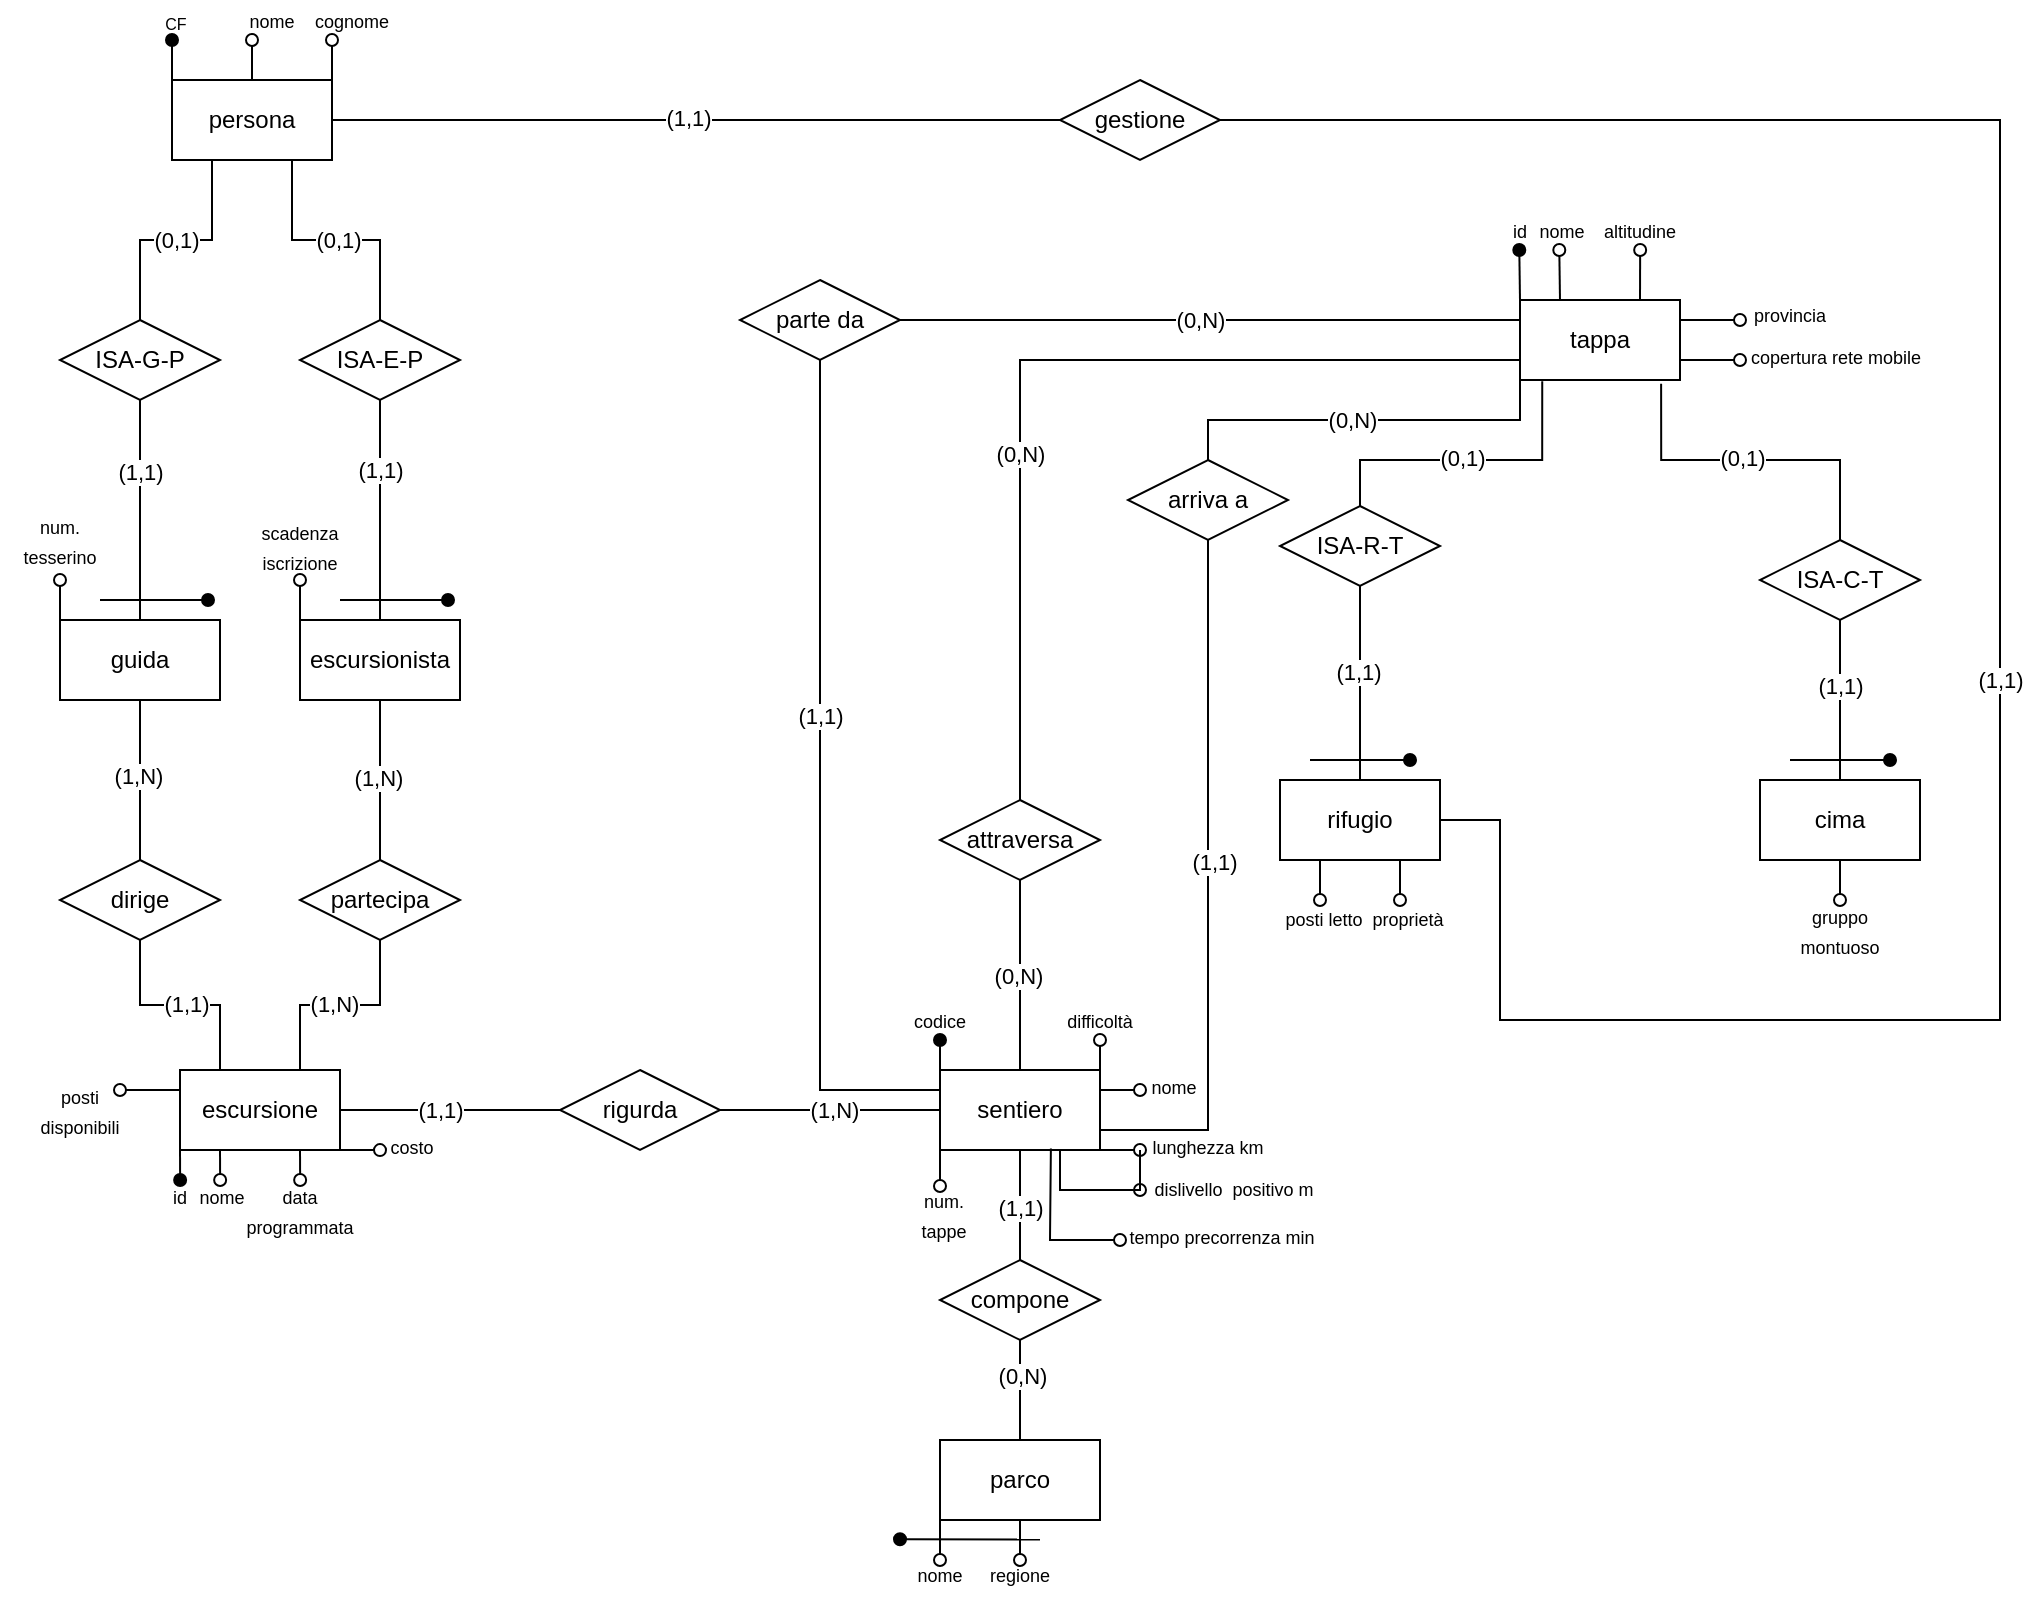
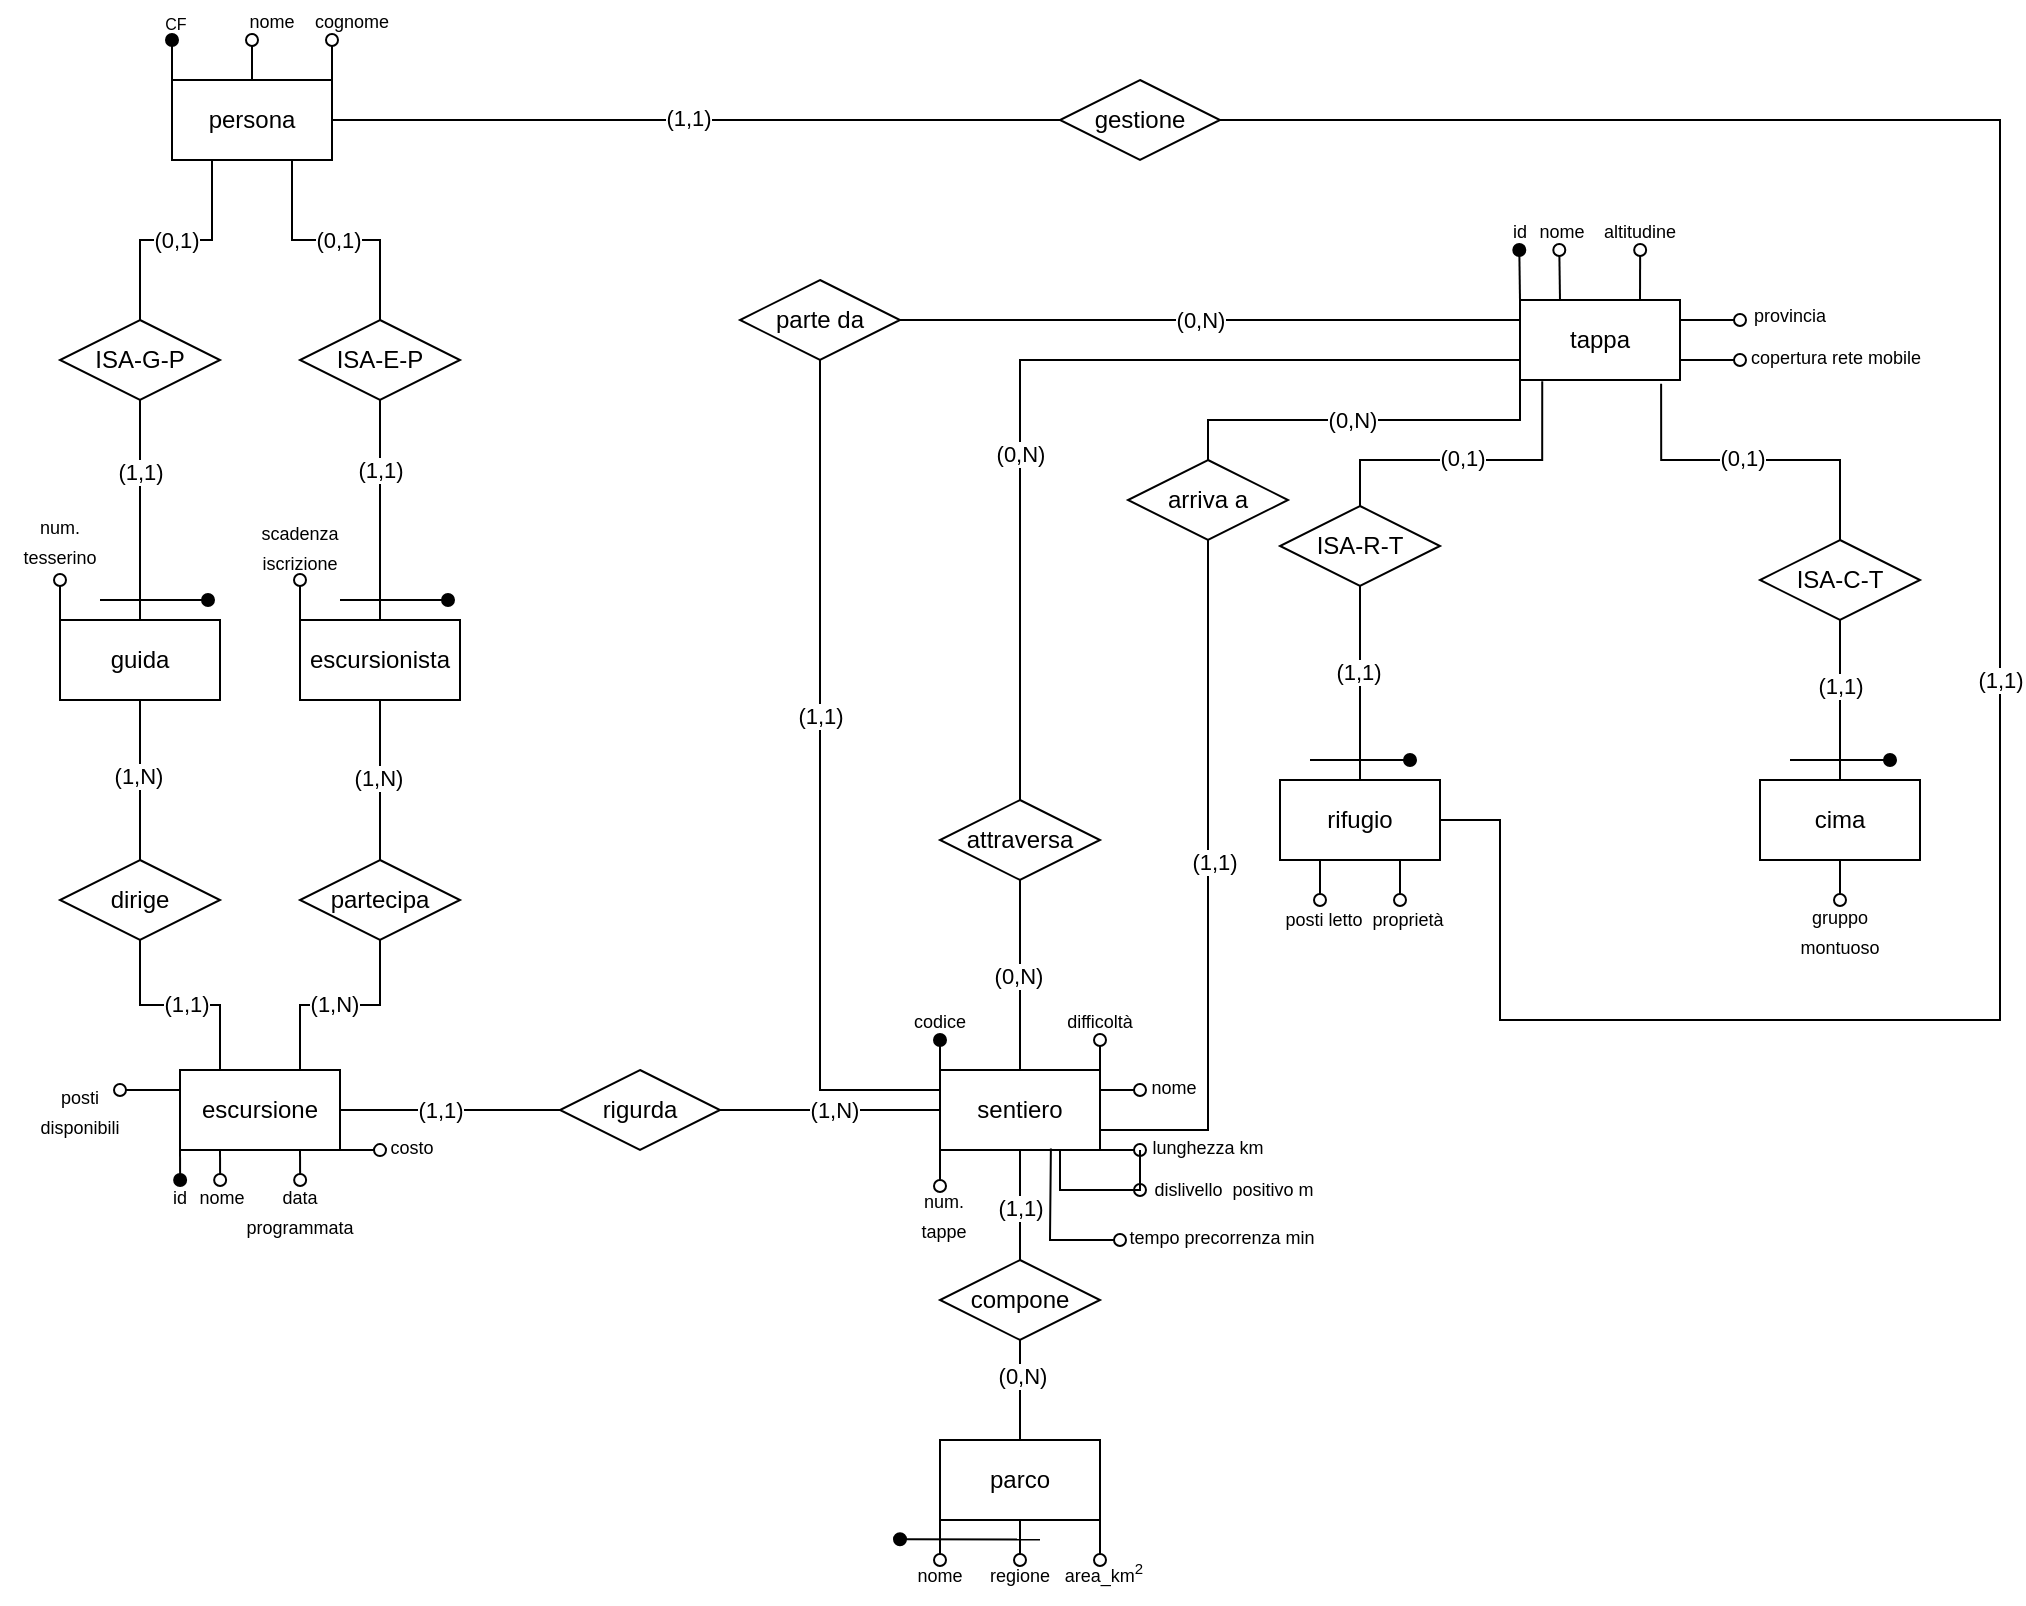
<mxfile host="app.diagrams.net">
  <diagram name="Pagina-1" id="CSESWwrJUxSe0sGHMO1a">
-     <mxGraphModel dx="305" dy="414" grid="1" gridSize="10" guides="1" tooltips="1" connect="1" arrows="1" fold="1" page="1" pageScale="1" pageWidth="827" pageHeight="1169" math="0" shadow="0">
+     <mxGraphModel dx="2338" dy="1244" grid="1" gridSize="10" guides="1" tooltips="1" connect="1" arrows="1" fold="1" page="1" pageScale="1" pageWidth="827" pageHeight="1169" math="0" shadow="0">
      <root>
        <mxCell id="0" />
        <mxCell id="1" parent="0" />
        <mxCell id="YPSTUEnGd_TaNEYFvyAr-14" edge="1" parent="1" source="b_x4sNb3qKZ5kGKKdVE0-4" style="edgeStyle=orthogonalEdgeStyle;rounded=0;orthogonalLoop=1;jettySize=auto;html=1;exitX=0;exitY=0;exitDx=0;exitDy=0;endArrow=oval;endFill=1;">
          <mxGeometry relative="1" as="geometry">
            <mxPoint x="126" y="70" as="targetPoint" />
          </mxGeometry>
        </mxCell>
        <mxCell id="YPSTUEnGd_TaNEYFvyAr-17" edge="1" parent="1" source="b_x4sNb3qKZ5kGKKdVE0-4" style="edgeStyle=orthogonalEdgeStyle;rounded=0;orthogonalLoop=1;jettySize=auto;html=1;exitX=1;exitY=0;exitDx=0;exitDy=0;endArrow=oval;endFill=0;">
          <mxGeometry relative="1" as="geometry">
            <mxPoint x="206" y="70" as="targetPoint" />
          </mxGeometry>
        </mxCell>
        <mxCell id="YPSTUEnGd_TaNEYFvyAr-18" edge="1" parent="1" source="b_x4sNb3qKZ5kGKKdVE0-4" style="edgeStyle=orthogonalEdgeStyle;rounded=0;orthogonalLoop=1;jettySize=auto;html=1;exitX=0.5;exitY=0;exitDx=0;exitDy=0;endArrow=oval;endFill=0;">
          <mxGeometry relative="1" as="geometry">
            <mxPoint x="166" y="70" as="targetPoint" />
          </mxGeometry>
        </mxCell>
        <mxCell id="b_x4sNb3qKZ5kGKKdVE0-4" parent="1" style="rounded=0;whiteSpace=wrap;html=1;" value="persona" vertex="1">
          <mxGeometry height="40" width="80" x="126" y="90" as="geometry" />
        </mxCell>
        <mxCell id="b_x4sNb3qKZ5kGKKdVE0-25" edge="1" parent="1" source="b_x4sNb3qKZ5kGKKdVE0-9" style="edgeStyle=orthogonalEdgeStyle;rounded=0;orthogonalLoop=1;jettySize=auto;html=1;exitX=0.5;exitY=1;exitDx=0;exitDy=0;entryX=0.5;entryY=0;entryDx=0;entryDy=0;endArrow=none;endFill=0;" target="b_x4sNb3qKZ5kGKKdVE0-22">
          <mxGeometry relative="1" as="geometry" />
        </mxCell>
        <mxCell id="b_x4sNb3qKZ5kGKKdVE0-33" connectable="0" parent="b_x4sNb3qKZ5kGKKdVE0-25" style="edgeLabel;html=1;align=center;verticalAlign=middle;resizable=0;points=[];" value="(1,N)" vertex="1">
          <mxGeometry relative="1" x="-0.055" y="-1" as="geometry">
            <mxPoint as="offset" />
          </mxGeometry>
        </mxCell>
        <mxCell id="YPSTUEnGd_TaNEYFvyAr-23" edge="1" parent="1" source="b_x4sNb3qKZ5kGKKdVE0-9" style="edgeStyle=orthogonalEdgeStyle;rounded=0;orthogonalLoop=1;jettySize=auto;html=1;exitX=0;exitY=0;exitDx=0;exitDy=0;endArrow=oval;endFill=0;">
          <mxGeometry relative="1" as="geometry">
            <mxPoint x="70" y="340" as="targetPoint" />
          </mxGeometry>
        </mxCell>
        <mxCell id="b_x4sNb3qKZ5kGKKdVE0-9" parent="1" style="rounded=0;whiteSpace=wrap;html=1;" value="guida" vertex="1">
          <mxGeometry height="40" width="80" x="70" y="360" as="geometry" />
        </mxCell>
        <mxCell id="b_x4sNb3qKZ5kGKKdVE0-24" edge="1" parent="1" source="b_x4sNb3qKZ5kGKKdVE0-10" style="edgeStyle=orthogonalEdgeStyle;rounded=0;orthogonalLoop=1;jettySize=auto;html=1;exitX=0.5;exitY=1;exitDx=0;exitDy=0;entryX=0.5;entryY=0;entryDx=0;entryDy=0;endArrow=none;endFill=0;" target="b_x4sNb3qKZ5kGKKdVE0-23">
          <mxGeometry relative="1" as="geometry" />
        </mxCell>
        <mxCell id="b_x4sNb3qKZ5kGKKdVE0-34" connectable="0" parent="b_x4sNb3qKZ5kGKKdVE0-24" style="edgeLabel;html=1;align=center;verticalAlign=middle;resizable=0;points=[];" value="(1,N)" vertex="1">
          <mxGeometry relative="1" x="0.02" y="-1" as="geometry">
            <mxPoint y="-2" as="offset" />
          </mxGeometry>
        </mxCell>
        <mxCell id="TmGIuRS5Ewl7evkuvUc3-1" edge="1" parent="1" source="b_x4sNb3qKZ5kGKKdVE0-10" style="edgeStyle=orthogonalEdgeStyle;rounded=0;orthogonalLoop=1;jettySize=auto;html=1;exitX=0;exitY=0;exitDx=0;exitDy=0;endArrow=oval;endFill=0;">
          <mxGeometry relative="1" as="geometry">
            <mxPoint x="190" y="340" as="targetPoint" />
          </mxGeometry>
        </mxCell>
        <mxCell id="b_x4sNb3qKZ5kGKKdVE0-10" parent="1" style="rounded=0;whiteSpace=wrap;html=1;" value="escursionista" vertex="1">
          <mxGeometry height="40" width="80" x="190" y="360" as="geometry" />
        </mxCell>
        <mxCell id="b_x4sNb3qKZ5kGKKdVE0-11" edge="1" parent="1" source="b_x4sNb3qKZ5kGKKdVE0-10" style="endArrow=none;html=1;rounded=0;exitX=0.5;exitY=0;exitDx=0;exitDy=0;entryX=0.5;entryY=1;entryDx=0;entryDy=0;" target="y3t_Pn4YeOU9g6BC5Q36-2" value="">
          <mxGeometry height="50" relative="1" width="50" as="geometry">
            <mxPoint x="440" y="590" as="sourcePoint" />
            <mxPoint x="230" y="290" as="targetPoint" />
          </mxGeometry>
        </mxCell>
        <mxCell id="y3t_Pn4YeOU9g6BC5Q36-7" connectable="0" parent="b_x4sNb3qKZ5kGKKdVE0-11" style="edgeLabel;html=1;align=center;verticalAlign=middle;resizable=0;points=[];" value="(1,1)" vertex="1">
          <mxGeometry relative="1" x="0.3107" as="geometry">
            <mxPoint y="-3" as="offset" />
          </mxGeometry>
        </mxCell>
        <mxCell id="b_x4sNb3qKZ5kGKKdVE0-12" edge="1" parent="1" source="b_x4sNb3qKZ5kGKKdVE0-9" style="endArrow=none;html=1;rounded=0;exitX=0.5;exitY=0;exitDx=0;exitDy=0;entryX=0.5;entryY=1;entryDx=0;entryDy=0;" target="y3t_Pn4YeOU9g6BC5Q36-1" value="">
          <mxGeometry height="50" relative="1" width="50" as="geometry">
            <mxPoint x="440" y="590" as="sourcePoint" />
            <mxPoint x="110" y="270" as="targetPoint" />
          </mxGeometry>
        </mxCell>
        <mxCell id="y3t_Pn4YeOU9g6BC5Q36-8" connectable="0" parent="b_x4sNb3qKZ5kGKKdVE0-12" style="edgeLabel;html=1;align=center;verticalAlign=middle;resizable=0;points=[];" value="(1,1)" vertex="1">
          <mxGeometry relative="1" x="0.3581" as="geometry">
            <mxPoint as="offset" />
          </mxGeometry>
        </mxCell>
        <mxCell id="b_x4sNb3qKZ5kGKKdVE0-30" edge="1" parent="1" source="b_x4sNb3qKZ5kGKKdVE0-22" style="edgeStyle=orthogonalEdgeStyle;rounded=0;orthogonalLoop=1;jettySize=auto;html=1;exitX=0.5;exitY=1;exitDx=0;exitDy=0;entryX=0.25;entryY=0;entryDx=0;entryDy=0;endArrow=none;endFill=0;" target="b_x4sNb3qKZ5kGKKdVE0-27">
          <mxGeometry relative="1" as="geometry" />
        </mxCell>
        <mxCell id="b_x4sNb3qKZ5kGKKdVE0-32" connectable="0" parent="b_x4sNb3qKZ5kGKKdVE0-30" style="edgeLabel;html=1;align=center;verticalAlign=middle;resizable=0;points=[];" value="(1,1)" vertex="1">
          <mxGeometry relative="1" x="0.0467" y="1" as="geometry">
            <mxPoint as="offset" />
          </mxGeometry>
        </mxCell>
        <mxCell id="b_x4sNb3qKZ5kGKKdVE0-22" parent="1" style="rhombus;whiteSpace=wrap;html=1;" value="dirige" vertex="1">
          <mxGeometry height="40" width="80" x="70" y="480" as="geometry" />
        </mxCell>
        <mxCell id="b_x4sNb3qKZ5kGKKdVE0-29" edge="1" parent="1" source="b_x4sNb3qKZ5kGKKdVE0-23" style="edgeStyle=orthogonalEdgeStyle;rounded=0;orthogonalLoop=1;jettySize=auto;html=1;exitX=0.5;exitY=1;exitDx=0;exitDy=0;entryX=0.75;entryY=0;entryDx=0;entryDy=0;endArrow=none;endFill=0;" target="b_x4sNb3qKZ5kGKKdVE0-27">
          <mxGeometry relative="1" as="geometry">
            <mxPoint x="340" y="560" as="targetPoint" />
          </mxGeometry>
        </mxCell>
        <mxCell id="b_x4sNb3qKZ5kGKKdVE0-31" connectable="0" parent="b_x4sNb3qKZ5kGKKdVE0-29" style="edgeLabel;html=1;align=center;verticalAlign=middle;resizable=0;points=[];" value="(1,N)" vertex="1">
          <mxGeometry relative="1" x="-0.0467" y="-1" as="geometry">
            <mxPoint x="-6" as="offset" />
          </mxGeometry>
        </mxCell>
        <mxCell id="b_x4sNb3qKZ5kGKKdVE0-23" parent="1" style="rhombus;whiteSpace=wrap;html=1;" value="partecipa" vertex="1">
          <mxGeometry height="40" width="80" x="190" y="480" as="geometry" />
        </mxCell>
        <mxCell id="b_x4sNb3qKZ5kGKKdVE0-37" edge="1" parent="1" source="b_x4sNb3qKZ5kGKKdVE0-27" style="edgeStyle=orthogonalEdgeStyle;rounded=0;orthogonalLoop=1;jettySize=auto;html=1;exitX=1;exitY=0.5;exitDx=0;exitDy=0;entryX=0;entryY=0.5;entryDx=0;entryDy=0;endArrow=none;endFill=0;" target="b_x4sNb3qKZ5kGKKdVE0-36">
          <mxGeometry relative="1" as="geometry" />
        </mxCell>
        <mxCell id="b_x4sNb3qKZ5kGKKdVE0-38" connectable="0" parent="b_x4sNb3qKZ5kGKKdVE0-37" style="edgeLabel;html=1;align=center;verticalAlign=middle;resizable=0;points=[];" value="(1,1)" vertex="1">
          <mxGeometry relative="1" x="-0.0986" as="geometry">
            <mxPoint as="offset" />
          </mxGeometry>
        </mxCell>
        <mxCell id="YPSTUEnGd_TaNEYFvyAr-58" edge="1" parent="1" source="b_x4sNb3qKZ5kGKKdVE0-27" style="edgeStyle=orthogonalEdgeStyle;rounded=0;orthogonalLoop=1;jettySize=auto;html=1;exitX=0;exitY=1;exitDx=0;exitDy=0;endArrow=oval;endFill=1;">
          <mxGeometry relative="1" as="geometry">
            <mxPoint x="130.07228915662648" y="640" as="targetPoint" />
          </mxGeometry>
        </mxCell>
        <mxCell id="YPSTUEnGd_TaNEYFvyAr-60" edge="1" parent="1" source="b_x4sNb3qKZ5kGKKdVE0-27" style="edgeStyle=orthogonalEdgeStyle;rounded=0;orthogonalLoop=1;jettySize=auto;html=1;exitX=0.25;exitY=1;exitDx=0;exitDy=0;endArrow=oval;endFill=0;">
          <mxGeometry relative="1" as="geometry">
            <mxPoint x="150.07228915662648" y="640" as="targetPoint" />
          </mxGeometry>
        </mxCell>
        <mxCell id="YPSTUEnGd_TaNEYFvyAr-62" edge="1" parent="1" source="b_x4sNb3qKZ5kGKKdVE0-27" style="edgeStyle=orthogonalEdgeStyle;rounded=0;orthogonalLoop=1;jettySize=auto;html=1;exitX=0.75;exitY=1;exitDx=0;exitDy=0;endArrow=oval;endFill=0;">
          <mxGeometry relative="1" as="geometry">
            <mxPoint x="190.07228915662648" y="640" as="targetPoint" />
          </mxGeometry>
        </mxCell>
        <mxCell id="YPSTUEnGd_TaNEYFvyAr-64" edge="1" parent="1" source="b_x4sNb3qKZ5kGKKdVE0-27" style="edgeStyle=orthogonalEdgeStyle;rounded=0;orthogonalLoop=1;jettySize=auto;html=1;exitX=1;exitY=1;exitDx=0;exitDy=0;endArrow=oval;endFill=0;">
          <mxGeometry relative="1" as="geometry">
            <mxPoint x="230" y="625.0481927710842" as="targetPoint" />
          </mxGeometry>
        </mxCell>
        <mxCell id="W-jylE7jIWLAd8RtEP09-9" edge="1" parent="1" source="b_x4sNb3qKZ5kGKKdVE0-27" style="edgeStyle=orthogonalEdgeStyle;rounded=0;orthogonalLoop=1;jettySize=auto;html=1;exitX=0;exitY=0.25;exitDx=0;exitDy=0;endArrow=oval;endFill=0;">
          <mxGeometry relative="1" as="geometry">
            <mxPoint x="100" y="594.7241379310344" as="targetPoint" />
          </mxGeometry>
        </mxCell>
        <mxCell id="b_x4sNb3qKZ5kGKKdVE0-27" parent="1" style="rounded=0;whiteSpace=wrap;html=1;" value="escursione" vertex="1">
          <mxGeometry height="40" width="80" x="130" y="585" as="geometry" />
        </mxCell>
        <mxCell id="b_x4sNb3qKZ5kGKKdVE0-45" edge="1" parent="1" source="b_x4sNb3qKZ5kGKKdVE0-35" style="edgeStyle=orthogonalEdgeStyle;rounded=0;orthogonalLoop=1;jettySize=auto;html=1;endArrow=none;endFill=0;" target="b_x4sNb3qKZ5kGKKdVE0-43" value="">
          <mxGeometry relative="1" as="geometry" />
        </mxCell>
        <mxCell id="b_x4sNb3qKZ5kGKKdVE0-47" connectable="0" parent="b_x4sNb3qKZ5kGKKdVE0-45" style="edgeLabel;html=1;align=center;verticalAlign=middle;resizable=0;points=[];" value="(0,N)" vertex="1">
          <mxGeometry relative="1" x="0.005" y="1" as="geometry">
            <mxPoint as="offset" />
          </mxGeometry>
        </mxCell>
        <mxCell id="YPSTUEnGd_TaNEYFvyAr-37" edge="1" parent="1" source="b_x4sNb3qKZ5kGKKdVE0-35" style="edgeStyle=orthogonalEdgeStyle;rounded=0;orthogonalLoop=1;jettySize=auto;html=1;exitX=0;exitY=0;exitDx=0;exitDy=0;endArrow=oval;endFill=1;">
          <mxGeometry relative="1" as="geometry">
            <mxPoint x="510" y="570" as="targetPoint" />
          </mxGeometry>
        </mxCell>
        <mxCell id="YPSTUEnGd_TaNEYFvyAr-39" edge="1" parent="1" source="b_x4sNb3qKZ5kGKKdVE0-35" style="edgeStyle=orthogonalEdgeStyle;rounded=0;orthogonalLoop=1;jettySize=auto;html=1;exitX=1;exitY=0;exitDx=0;exitDy=0;endArrow=oval;endFill=0;">
          <mxGeometry relative="1" as="geometry">
            <mxPoint x="590" y="570" as="targetPoint" />
          </mxGeometry>
        </mxCell>
        <mxCell id="YPSTUEnGd_TaNEYFvyAr-41" edge="1" parent="1" source="b_x4sNb3qKZ5kGKKdVE0-35" style="edgeStyle=orthogonalEdgeStyle;rounded=0;orthogonalLoop=1;jettySize=auto;html=1;exitX=1;exitY=0.25;exitDx=0;exitDy=0;endArrow=oval;endFill=0;">
          <mxGeometry relative="1" as="geometry">
            <mxPoint x="610" y="595" as="targetPoint" />
          </mxGeometry>
        </mxCell>
        <mxCell id="YPSTUEnGd_TaNEYFvyAr-43" edge="1" parent="1" source="b_x4sNb3qKZ5kGKKdVE0-35" style="edgeStyle=orthogonalEdgeStyle;rounded=0;orthogonalLoop=1;jettySize=auto;html=1;exitX=1;exitY=1;exitDx=0;exitDy=0;endArrow=oval;endFill=0;">
          <mxGeometry relative="1" as="geometry">
            <mxPoint x="610" y="625" as="targetPoint" />
          </mxGeometry>
        </mxCell>
        <mxCell id="YPSTUEnGd_TaNEYFvyAr-46" edge="1" parent="1" source="b_x4sNb3qKZ5kGKKdVE0-35" style="edgeStyle=orthogonalEdgeStyle;rounded=0;orthogonalLoop=1;jettySize=auto;html=1;exitX=0.75;exitY=1;exitDx=0;exitDy=0;endArrow=oval;endFill=0;">
          <mxGeometry relative="1" as="geometry">
            <mxPoint x="610" y="645" as="targetPoint" />
          </mxGeometry>
        </mxCell>
        <mxCell id="YPSTUEnGd_TaNEYFvyAr-71" edge="1" parent="1" style="edgeStyle=orthogonalEdgeStyle;rounded=0;orthogonalLoop=1;jettySize=auto;html=1;exitX=0;exitY=1;exitDx=0;exitDy=0;endArrow=oval;endFill=0;">
          <mxGeometry relative="1" as="geometry">
            <mxPoint x="510" y="618" as="sourcePoint" />
            <mxPoint x="510" y="643" as="targetPoint" />
          </mxGeometry>
        </mxCell>
        <mxCell id="YPSTUEnGd_TaNEYFvyAr-73" edge="1" parent="1" source="b_x4sNb3qKZ5kGKKdVE0-35" style="edgeStyle=orthogonalEdgeStyle;rounded=0;orthogonalLoop=1;jettySize=auto;html=1;exitX=0;exitY=0.25;exitDx=0;exitDy=0;endArrow=none;endFill=0;entryX=0.5;entryY=1;entryDx=0;entryDy=0;" target="YPSTUEnGd_TaNEYFvyAr-74">
          <mxGeometry relative="1" as="geometry">
            <mxPoint x="440" y="330" as="targetPoint" />
          </mxGeometry>
        </mxCell>
        <mxCell id="YPSTUEnGd_TaNEYFvyAr-76" connectable="0" parent="YPSTUEnGd_TaNEYFvyAr-73" style="edgeLabel;html=1;align=center;verticalAlign=middle;resizable=0;points=[];" value="(1,1)" vertex="1">
          <mxGeometry relative="1" x="0.1627" as="geometry">
            <mxPoint as="offset" />
          </mxGeometry>
        </mxCell>
        <mxCell id="YPSTUEnGd_TaNEYFvyAr-78" edge="1" parent="1" source="b_x4sNb3qKZ5kGKKdVE0-35" style="edgeStyle=orthogonalEdgeStyle;rounded=0;orthogonalLoop=1;jettySize=auto;html=1;exitX=1;exitY=0.75;exitDx=0;exitDy=0;entryX=0.5;entryY=1;entryDx=0;entryDy=0;endArrow=none;endFill=0;" target="YPSTUEnGd_TaNEYFvyAr-79">
          <mxGeometry relative="1" as="geometry">
            <mxPoint x="1100" y="615" as="targetPoint" />
          </mxGeometry>
        </mxCell>
        <mxCell id="YPSTUEnGd_TaNEYFvyAr-80" connectable="0" parent="YPSTUEnGd_TaNEYFvyAr-78" style="edgeLabel;html=1;align=center;verticalAlign=middle;resizable=0;points=[];" value="(1,1)" vertex="1">
          <mxGeometry relative="1" x="0.0624" y="-3" as="geometry">
            <mxPoint y="-3" as="offset" />
          </mxGeometry>
        </mxCell>
        <mxCell id="b_x4sNb3qKZ5kGKKdVE0-35" parent="1" style="rounded=0;whiteSpace=wrap;html=1;" value="sentiero" vertex="1">
          <mxGeometry height="40" width="80" x="510" y="585" as="geometry" />
        </mxCell>
        <mxCell id="b_x4sNb3qKZ5kGKKdVE0-39" edge="1" parent="1" source="b_x4sNb3qKZ5kGKKdVE0-36" style="edgeStyle=orthogonalEdgeStyle;rounded=0;orthogonalLoop=1;jettySize=auto;html=1;exitX=1;exitY=0.5;exitDx=0;exitDy=0;entryX=0;entryY=0.5;entryDx=0;entryDy=0;endArrow=none;endFill=0;" target="b_x4sNb3qKZ5kGKKdVE0-35">
          <mxGeometry relative="1" as="geometry" />
        </mxCell>
        <mxCell id="b_x4sNb3qKZ5kGKKdVE0-42" connectable="0" parent="b_x4sNb3qKZ5kGKKdVE0-39" style="edgeLabel;html=1;align=center;verticalAlign=middle;resizable=0;points=[];" value="(1,N)" vertex="1">
          <mxGeometry relative="1" x="0.0405" as="geometry">
            <mxPoint as="offset" />
          </mxGeometry>
        </mxCell>
        <mxCell id="b_x4sNb3qKZ5kGKKdVE0-36" parent="1" style="rhombus;whiteSpace=wrap;html=1;" value="rigurda" vertex="1">
          <mxGeometry height="40" width="80" x="320" y="585" as="geometry" />
        </mxCell>
        <mxCell id="b_x4sNb3qKZ5kGKKdVE0-46" edge="1" parent="1" source="b_x4sNb3qKZ5kGKKdVE0-43" style="edgeStyle=orthogonalEdgeStyle;rounded=0;orthogonalLoop=1;jettySize=auto;html=1;exitX=0.5;exitY=0;exitDx=0;exitDy=0;entryX=0;entryY=0.75;entryDx=0;entryDy=0;endArrow=none;endFill=0;" target="b_x4sNb3qKZ5kGKKdVE0-44">
          <mxGeometry relative="1" as="geometry" />
        </mxCell>
        <mxCell id="b_x4sNb3qKZ5kGKKdVE0-48" connectable="0" parent="b_x4sNb3qKZ5kGKKdVE0-46" style="edgeLabel;html=1;align=center;verticalAlign=middle;resizable=0;points=[];" value="(0,N)" vertex="1">
          <mxGeometry relative="1" x="-0.2644" as="geometry">
            <mxPoint as="offset" />
          </mxGeometry>
        </mxCell>
        <mxCell id="b_x4sNb3qKZ5kGKKdVE0-43" parent="1" style="rhombus;whiteSpace=wrap;html=1;" value="attraversa" vertex="1">
          <mxGeometry height="40" width="80" x="510" y="450" as="geometry" />
        </mxCell>
        <mxCell id="YPSTUEnGd_TaNEYFvyAr-48" edge="1" parent="1" source="b_x4sNb3qKZ5kGKKdVE0-44" style="edgeStyle=orthogonalEdgeStyle;rounded=0;orthogonalLoop=1;jettySize=auto;html=1;exitX=0;exitY=0;exitDx=0;exitDy=0;endArrow=oval;endFill=1;">
          <mxGeometry relative="1" as="geometry">
            <mxPoint x="799.6521739130435" y="175" as="targetPoint" />
          </mxGeometry>
        </mxCell>
        <mxCell id="YPSTUEnGd_TaNEYFvyAr-49" edge="1" parent="1" source="b_x4sNb3qKZ5kGKKdVE0-44" style="edgeStyle=orthogonalEdgeStyle;rounded=0;orthogonalLoop=1;jettySize=auto;html=1;exitX=0.25;exitY=0;exitDx=0;exitDy=0;endArrow=oval;endFill=0;">
          <mxGeometry relative="1" as="geometry">
            <mxPoint x="819.6521739130435" y="175" as="targetPoint" />
          </mxGeometry>
        </mxCell>
        <mxCell id="YPSTUEnGd_TaNEYFvyAr-52" edge="1" parent="1" source="b_x4sNb3qKZ5kGKKdVE0-44" style="edgeStyle=orthogonalEdgeStyle;rounded=0;orthogonalLoop=1;jettySize=auto;html=1;exitX=0.75;exitY=0;exitDx=0;exitDy=0;endArrow=oval;endFill=0;">
          <mxGeometry relative="1" as="geometry">
            <mxPoint x="860.0808080808081" y="175" as="targetPoint" />
          </mxGeometry>
        </mxCell>
        <mxCell id="YPSTUEnGd_TaNEYFvyAr-81" edge="1" parent="1" source="b_x4sNb3qKZ5kGKKdVE0-44" style="edgeStyle=orthogonalEdgeStyle;rounded=0;orthogonalLoop=1;jettySize=auto;html=1;exitX=0;exitY=1;exitDx=0;exitDy=0;endArrow=none;endFill=0;" target="YPSTUEnGd_TaNEYFvyAr-79">
          <mxGeometry relative="1" as="geometry" />
        </mxCell>
        <mxCell id="YPSTUEnGd_TaNEYFvyAr-82" connectable="0" parent="YPSTUEnGd_TaNEYFvyAr-81" style="edgeLabel;html=1;align=center;verticalAlign=middle;resizable=0;points=[];" value="(0,N)" vertex="1">
          <mxGeometry relative="1" x="0.0662" as="geometry">
            <mxPoint as="offset" />
          </mxGeometry>
        </mxCell>
        <mxCell id="W-jylE7jIWLAd8RtEP09-13" edge="1" parent="1" source="b_x4sNb3qKZ5kGKKdVE0-44" style="edgeStyle=orthogonalEdgeStyle;rounded=0;orthogonalLoop=1;jettySize=auto;html=1;exitX=1;exitY=0.25;exitDx=0;exitDy=0;endArrow=oval;endFill=0;">
          <mxGeometry relative="1" as="geometry">
            <mxPoint x="910" y="210" as="targetPoint" />
          </mxGeometry>
        </mxCell>
        <mxCell id="W-jylE7jIWLAd8RtEP09-14" edge="1" parent="1" source="b_x4sNb3qKZ5kGKKdVE0-44" style="edgeStyle=orthogonalEdgeStyle;rounded=0;orthogonalLoop=1;jettySize=auto;html=1;exitX=1;exitY=0.75;exitDx=0;exitDy=0;endArrow=oval;endFill=0;">
          <mxGeometry relative="1" as="geometry">
            <mxPoint x="910" y="230" as="targetPoint" />
          </mxGeometry>
        </mxCell>
        <mxCell id="b_x4sNb3qKZ5kGKKdVE0-44" parent="1" style="rounded=0;whiteSpace=wrap;html=1;" value="tappa" vertex="1">
          <mxGeometry height="40" width="80" x="800" y="200" as="geometry" />
        </mxCell>
        <mxCell id="b_x4sNb3qKZ5kGKKdVE0-52" edge="1" parent="1" source="b_x4sNb3qKZ5kGKKdVE0-63" style="endArrow=none;html=1;rounded=0;exitX=0.5;exitY=0;exitDx=0;exitDy=0;entryX=0.5;entryY=1;entryDx=0;entryDy=0;" target="y3t_Pn4YeOU9g6BC5Q36-13" value="">
          <mxGeometry height="50" relative="1" width="50" as="geometry">
            <mxPoint x="840" y="440" as="sourcePoint" />
            <mxPoint x="840" y="400" as="targetPoint" />
          </mxGeometry>
        </mxCell>
        <mxCell id="y3t_Pn4YeOU9g6BC5Q36-27" connectable="0" parent="b_x4sNb3qKZ5kGKKdVE0-52" style="edgeLabel;html=1;align=center;verticalAlign=middle;resizable=0;points=[];" value="(1,1)" vertex="1">
          <mxGeometry relative="1" x="0.0191" as="geometry">
            <mxPoint x="-1" y="-5" as="offset" />
          </mxGeometry>
        </mxCell>
        <mxCell id="b_x4sNb3qKZ5kGKKdVE0-54" edge="1" parent="1" source="b_x4sNb3qKZ5kGKKdVE0-62" style="endArrow=none;html=1;rounded=0;exitX=0.5;exitY=0;exitDx=0;exitDy=0;entryX=0.5;entryY=1;entryDx=0;entryDy=0;" target="y3t_Pn4YeOU9g6BC5Q36-14" value="">
          <mxGeometry height="50" relative="1" width="50" as="geometry">
            <mxPoint x="900" y="440" as="sourcePoint" />
            <mxPoint x="960" y="400" as="targetPoint" />
          </mxGeometry>
        </mxCell>
        <mxCell id="y3t_Pn4YeOU9g6BC5Q36-28" connectable="0" parent="b_x4sNb3qKZ5kGKKdVE0-54" style="edgeLabel;html=1;align=center;verticalAlign=middle;resizable=0;points=[];" value="(1,1)" vertex="1">
          <mxGeometry relative="1" x="0.1085" as="geometry">
            <mxPoint y="-3" as="offset" />
          </mxGeometry>
        </mxCell>
        <mxCell id="YPSTUEnGd_TaNEYFvyAr-35" edge="1" parent="1" source="b_x4sNb3qKZ5kGKKdVE0-62" style="edgeStyle=orthogonalEdgeStyle;rounded=0;orthogonalLoop=1;jettySize=auto;html=1;exitX=0.5;exitY=1;exitDx=0;exitDy=0;endArrow=oval;endFill=0;">
          <mxGeometry relative="1" as="geometry">
            <mxPoint x="960" y="500" as="targetPoint" />
          </mxGeometry>
        </mxCell>
        <mxCell id="b_x4sNb3qKZ5kGKKdVE0-62" parent="1" style="rounded=0;whiteSpace=wrap;html=1;" value="cima" vertex="1">
          <mxGeometry height="40" width="80" x="920" y="440" as="geometry" />
        </mxCell>
        <mxCell id="YPSTUEnGd_TaNEYFvyAr-56" edge="1" parent="1" source="b_x4sNb3qKZ5kGKKdVE0-63" style="edgeStyle=orthogonalEdgeStyle;rounded=0;orthogonalLoop=1;jettySize=auto;html=1;endArrow=oval;endFill=0;exitX=0.25;exitY=1;exitDx=0;exitDy=0;">
          <mxGeometry relative="1" as="geometry">
            <Array as="points">
              <mxPoint x="700" y="500" />
            </Array>
            <mxPoint x="714" y="489" as="sourcePoint" />
            <mxPoint x="700" y="500" as="targetPoint" />
          </mxGeometry>
        </mxCell>
        <mxCell id="W-jylE7jIWLAd8RtEP09-2" edge="1" parent="1" source="b_x4sNb3qKZ5kGKKdVE0-63" style="edgeStyle=orthogonalEdgeStyle;rounded=0;orthogonalLoop=1;jettySize=auto;html=1;exitX=1;exitY=0.5;exitDx=0;exitDy=0;entryX=1;entryY=0.5;entryDx=0;entryDy=0;endArrow=none;endFill=0;" target="W-jylE7jIWLAd8RtEP09-3">
          <mxGeometry relative="1" as="geometry">
            <Array as="points">
              <mxPoint x="790" y="460" />
              <mxPoint x="790" y="560" />
              <mxPoint x="1040" y="560" />
              <mxPoint x="1040" y="110" />
            </Array>
            <mxPoint x="910" y="110" as="targetPoint" />
          </mxGeometry>
        </mxCell>
        <mxCell id="W-jylE7jIWLAd8RtEP09-7" connectable="0" parent="W-jylE7jIWLAd8RtEP09-2" style="edgeLabel;html=1;align=center;verticalAlign=middle;resizable=0;points=[];" value="(1,1)" vertex="1">
          <mxGeometry relative="1" x="-0.0974" as="geometry">
            <mxPoint as="offset" />
          </mxGeometry>
        </mxCell>
        <mxCell id="W-jylE7jIWLAd8RtEP09-17" edge="1" parent="1" source="b_x4sNb3qKZ5kGKKdVE0-63" style="edgeStyle=orthogonalEdgeStyle;rounded=0;orthogonalLoop=1;jettySize=auto;html=1;exitX=0.75;exitY=1;exitDx=0;exitDy=0;endArrow=oval;endFill=0;">
          <mxGeometry relative="1" as="geometry">
            <mxPoint x="740" y="500" as="targetPoint" />
          </mxGeometry>
        </mxCell>
        <mxCell id="b_x4sNb3qKZ5kGKKdVE0-63" parent="1" style="rounded=0;whiteSpace=wrap;html=1;" value="rifugio" vertex="1">
          <mxGeometry height="40" width="80" x="680" y="440" as="geometry" />
        </mxCell>
        <mxCell id="YPSTUEnGd_TaNEYFvyAr-29" edge="1" parent="1" source="b_x4sNb3qKZ5kGKKdVE0-64" style="edgeStyle=orthogonalEdgeStyle;rounded=0;orthogonalLoop=1;jettySize=auto;html=1;exitX=0;exitY=1;exitDx=0;exitDy=0;endArrow=oval;endFill=0;">
          <mxGeometry relative="1" as="geometry">
            <mxPoint x="510" y="830" as="targetPoint" />
          </mxGeometry>
        </mxCell>
        <mxCell id="YPSTUEnGd_TaNEYFvyAr-31" edge="1" parent="1" source="b_x4sNb3qKZ5kGKKdVE0-64" style="edgeStyle=orthogonalEdgeStyle;rounded=0;orthogonalLoop=1;jettySize=auto;html=1;exitX=0.5;exitY=1;exitDx=0;exitDy=0;endArrow=oval;endFill=0;">
          <mxGeometry relative="1" as="geometry">
            <mxPoint x="550" y="830" as="targetPoint" />
          </mxGeometry>
        </mxCell>
+         <mxCell id="EHyRH5R8uSn08PQfZAEy-1" edge="1" parent="1" source="b_x4sNb3qKZ5kGKKdVE0-64" style="edgeStyle=orthogonalEdgeStyle;rounded=0;orthogonalLoop=1;jettySize=auto;html=1;exitX=1;exitY=1;exitDx=0;exitDy=0;endArrow=oval;endFill=0;">
+           <mxGeometry relative="1" as="geometry">
+             <mxPoint x="590" y="830" as="targetPoint" />
+           </mxGeometry>
+         </mxCell>
        <mxCell id="b_x4sNb3qKZ5kGKKdVE0-64" parent="1" style="rounded=0;whiteSpace=wrap;html=1;" value="parco" vertex="1">
          <mxGeometry height="40" width="80" x="510" y="770" as="geometry" />
        </mxCell>
        <mxCell id="b_x4sNb3qKZ5kGKKdVE0-67" edge="1" parent="1" source="b_x4sNb3qKZ5kGKKdVE0-66" style="edgeStyle=orthogonalEdgeStyle;rounded=0;orthogonalLoop=1;jettySize=auto;html=1;exitX=0.5;exitY=1;exitDx=0;exitDy=0;entryX=0.5;entryY=0;entryDx=0;entryDy=0;endArrow=none;endFill=0;" target="b_x4sNb3qKZ5kGKKdVE0-64">
          <mxGeometry relative="1" as="geometry" />
        </mxCell>
        <mxCell id="b_x4sNb3qKZ5kGKKdVE0-71" connectable="0" parent="b_x4sNb3qKZ5kGKKdVE0-67" style="edgeLabel;html=1;align=center;verticalAlign=middle;resizable=0;points=[];" value="(0,N)" vertex="1">
          <mxGeometry relative="1" x="-0.2999" y="1" as="geometry">
            <mxPoint as="offset" />
          </mxGeometry>
        </mxCell>
        <mxCell id="b_x4sNb3qKZ5kGKKdVE0-68" edge="1" parent="1" source="b_x4sNb3qKZ5kGKKdVE0-66" style="edgeStyle=orthogonalEdgeStyle;rounded=0;orthogonalLoop=1;jettySize=auto;html=1;exitX=0.5;exitY=0;exitDx=0;exitDy=0;entryX=0.5;entryY=1;entryDx=0;entryDy=0;endArrow=none;endFill=0;" target="b_x4sNb3qKZ5kGKKdVE0-35">
          <mxGeometry relative="1" as="geometry" />
        </mxCell>
        <mxCell id="b_x4sNb3qKZ5kGKKdVE0-69" connectable="0" parent="b_x4sNb3qKZ5kGKKdVE0-68" style="edgeLabel;html=1;align=center;verticalAlign=middle;resizable=0;points=[];" value="(1,1)" vertex="1">
          <mxGeometry relative="1" x="-0.0572" y="2" as="geometry">
            <mxPoint x="2" as="offset" />
          </mxGeometry>
        </mxCell>
        <mxCell id="b_x4sNb3qKZ5kGKKdVE0-66" parent="1" style="rhombus;whiteSpace=wrap;html=1;" value="compone" vertex="1">
          <mxGeometry height="40" width="80" x="510" y="680" as="geometry" />
        </mxCell>
        <mxCell id="YPSTUEnGd_TaNEYFvyAr-15" parent="1" style="text;html=1;whiteSpace=wrap;strokeColor=none;fillColor=none;align=center;verticalAlign=middle;rounded=0;fontSize=8;" value="CF" vertex="1">
          <mxGeometry height="20" width="40" x="108" y="51.5" as="geometry" />
        </mxCell>
        <mxCell id="YPSTUEnGd_TaNEYFvyAr-19" parent="1" style="text;html=1;whiteSpace=wrap;strokeColor=none;fillColor=none;align=center;verticalAlign=middle;rounded=0;" value="&lt;font style=&quot;font-size: 9px;&quot;&gt;nome&lt;/font&gt;" vertex="1">
          <mxGeometry height="20" width="40" x="156" y="50" as="geometry" />
        </mxCell>
        <mxCell id="YPSTUEnGd_TaNEYFvyAr-20" parent="1" style="text;html=1;whiteSpace=wrap;strokeColor=none;fillColor=none;align=center;verticalAlign=middle;rounded=0;" value="&lt;font style=&quot;font-size: 9px;&quot;&gt;cognome&lt;/font&gt;" vertex="1">
          <mxGeometry height="15" width="40" x="196" y="52.5" as="geometry" />
        </mxCell>
        <mxCell id="YPSTUEnGd_TaNEYFvyAr-24" parent="1" style="text;html=1;whiteSpace=wrap;strokeColor=none;fillColor=none;align=center;verticalAlign=middle;rounded=0;" value="&lt;font style=&quot;font-size: 9px;&quot;&gt;num. tesserino&lt;/font&gt;" vertex="1">
          <mxGeometry height="20" width="60" x="40" y="310" as="geometry" />
        </mxCell>
        <mxCell id="YPSTUEnGd_TaNEYFvyAr-30" parent="1" style="text;html=1;whiteSpace=wrap;strokeColor=none;fillColor=none;align=center;verticalAlign=middle;rounded=0;" value="&lt;font style=&quot;font-size: 9px;&quot;&gt;nome&lt;/font&gt;" vertex="1">
          <mxGeometry height="30" width="60" x="480" y="822" as="geometry" />
        </mxCell>
        <mxCell id="YPSTUEnGd_TaNEYFvyAr-32" parent="1" style="text;html=1;whiteSpace=wrap;strokeColor=none;fillColor=none;align=center;verticalAlign=middle;rounded=0;" value="&lt;font style=&quot;font-size: 9px;&quot;&gt;regione&lt;/font&gt;" vertex="1">
          <mxGeometry height="30" width="60" x="520" y="822" as="geometry" />
        </mxCell>
        <mxCell id="YPSTUEnGd_TaNEYFvyAr-34" edge="1" parent="1" style="endArrow=none;html=1;rounded=0;startArrow=oval;startFill=1;" value="">
          <mxGeometry height="50" relative="1" width="50" as="geometry">
            <mxPoint x="490" y="819.5999999999999" as="sourcePoint" />
            <mxPoint x="560" y="819.8" as="targetPoint" />
          </mxGeometry>
        </mxCell>
        <mxCell id="YPSTUEnGd_TaNEYFvyAr-36" parent="1" style="text;html=1;whiteSpace=wrap;strokeColor=none;fillColor=none;align=center;verticalAlign=middle;rounded=0;" value="&lt;font style=&quot;font-size: 9px;&quot;&gt;gruppo montuoso&lt;/font&gt;" vertex="1">
          <mxGeometry height="30" width="60" x="930" y="500" as="geometry" />
        </mxCell>
        <mxCell id="YPSTUEnGd_TaNEYFvyAr-38" parent="1" style="text;html=1;whiteSpace=wrap;strokeColor=none;fillColor=none;align=center;verticalAlign=middle;rounded=0;" value="&lt;font style=&quot;font-size: 9px;&quot;&gt;codice&lt;/font&gt;" vertex="1">
          <mxGeometry height="20" width="40" x="490" y="550" as="geometry" />
        </mxCell>
        <mxCell id="YPSTUEnGd_TaNEYFvyAr-40" parent="1" style="text;html=1;whiteSpace=wrap;strokeColor=none;fillColor=none;align=center;verticalAlign=middle;rounded=0;" value="&lt;font style=&quot;font-size: 9px;&quot;&gt;difficoltà&lt;/font&gt;" vertex="1">
          <mxGeometry height="20" width="60" x="560" y="550" as="geometry" />
        </mxCell>
        <mxCell id="YPSTUEnGd_TaNEYFvyAr-42" parent="1" style="text;html=1;whiteSpace=wrap;strokeColor=none;fillColor=none;align=center;verticalAlign=middle;rounded=0;" value="&lt;font style=&quot;font-size: 9px;&quot;&gt;nome&lt;/font&gt;" vertex="1">
          <mxGeometry height="20" width="40" x="607" y="583" as="geometry" />
        </mxCell>
        <mxCell id="YPSTUEnGd_TaNEYFvyAr-44" parent="1" style="text;html=1;whiteSpace=wrap;strokeColor=none;fillColor=none;align=center;verticalAlign=middle;rounded=0;" value="&lt;font style=&quot;font-size: 9px;&quot;&gt;lunghezza km&lt;/font&gt;" vertex="1">
          <mxGeometry height="20" width="60" x="614" y="613" as="geometry" />
        </mxCell>
        <mxCell id="YPSTUEnGd_TaNEYFvyAr-47" parent="1" style="text;html=1;whiteSpace=wrap;strokeColor=none;fillColor=none;align=center;verticalAlign=middle;rounded=0;" value="&lt;font style=&quot;font-size: 9px;&quot;&gt;dislivello&amp;nbsp; positivo m&lt;/font&gt;" vertex="1">
          <mxGeometry height="30" width="106" x="604" y="629" as="geometry" />
        </mxCell>
        <mxCell id="YPSTUEnGd_TaNEYFvyAr-50" parent="1" style="text;html=1;whiteSpace=wrap;strokeColor=none;fillColor=none;align=center;verticalAlign=middle;rounded=0;" value="&lt;font style=&quot;font-size: 9px;&quot;&gt;id&lt;/font&gt;" vertex="1">
          <mxGeometry height="30" width="20" x="790" y="150" as="geometry" />
        </mxCell>
        <mxCell id="YPSTUEnGd_TaNEYFvyAr-51" parent="1" style="text;html=1;whiteSpace=wrap;strokeColor=none;fillColor=none;align=center;verticalAlign=middle;rounded=0;" value="&lt;font style=&quot;font-size: 9px;&quot;&gt;nome&lt;/font&gt;" vertex="1">
          <mxGeometry height="30" width="30" x="806" y="150" as="geometry" />
        </mxCell>
        <mxCell id="YPSTUEnGd_TaNEYFvyAr-53" parent="1" style="text;html=1;whiteSpace=wrap;strokeColor=none;fillColor=none;align=center;verticalAlign=middle;rounded=0;" value="&lt;font style=&quot;font-size: 9px;&quot;&gt;altitudine&lt;/font&gt;" vertex="1">
          <mxGeometry height="30" width="40" x="840" y="150" as="geometry" />
        </mxCell>
        <mxCell id="YPSTUEnGd_TaNEYFvyAr-57" parent="1" style="text;html=1;whiteSpace=wrap;strokeColor=none;fillColor=none;align=center;verticalAlign=middle;rounded=0;" value="&lt;font style=&quot;font-size: 9px;&quot;&gt;posti letto&lt;/font&gt;" vertex="1">
          <mxGeometry height="30" width="44" x="680" y="494" as="geometry" />
        </mxCell>
        <mxCell id="YPSTUEnGd_TaNEYFvyAr-59" parent="1" style="text;html=1;whiteSpace=wrap;strokeColor=none;fillColor=none;align=center;verticalAlign=middle;rounded=0;" value="&lt;font style=&quot;font-size: 9px;&quot;&gt;id&lt;/font&gt;" vertex="1">
          <mxGeometry height="20" width="30" x="115" y="638" as="geometry" />
        </mxCell>
        <mxCell id="YPSTUEnGd_TaNEYFvyAr-61" parent="1" style="text;html=1;whiteSpace=wrap;strokeColor=none;fillColor=none;align=center;verticalAlign=middle;rounded=0;" value="&lt;font style=&quot;font-size: 9px;&quot;&gt;nome&lt;/font&gt;" vertex="1">
          <mxGeometry height="10" width="30" x="136" y="643" as="geometry" />
        </mxCell>
        <mxCell id="YPSTUEnGd_TaNEYFvyAr-63" parent="1" style="text;html=1;whiteSpace=wrap;strokeColor=none;fillColor=none;align=center;verticalAlign=middle;rounded=0;" value="&lt;font style=&quot;font-size: 9px;&quot;&gt;data programmata&lt;/font&gt;" vertex="1">
          <mxGeometry height="30" width="60" x="160" y="640" as="geometry" />
        </mxCell>
        <mxCell id="YPSTUEnGd_TaNEYFvyAr-65" parent="1" style="text;html=1;whiteSpace=wrap;strokeColor=none;fillColor=none;align=center;verticalAlign=middle;rounded=0;" value="&lt;font style=&quot;font-size: 9px;&quot;&gt;costo&lt;/font&gt;" vertex="1">
          <mxGeometry height="10" width="30" x="231" y="618" as="geometry" />
        </mxCell>
        <mxCell id="YPSTUEnGd_TaNEYFvyAr-72" parent="1" style="text;html=1;whiteSpace=wrap;strokeColor=none;fillColor=none;align=center;verticalAlign=middle;rounded=0;" value="&lt;font style=&quot;font-size: 9px;&quot;&gt;num. tappe&lt;/font&gt;" vertex="1">
          <mxGeometry height="30" width="40" x="492" y="642" as="geometry" />
        </mxCell>
        <mxCell id="y3t_Pn4YeOU9g6BC5Q36-29" edge="1" parent="1" source="YPSTUEnGd_TaNEYFvyAr-74" style="edgeStyle=orthogonalEdgeStyle;rounded=0;orthogonalLoop=1;jettySize=auto;html=1;exitX=1;exitY=0.5;exitDx=0;exitDy=0;entryX=0;entryY=0.25;entryDx=0;entryDy=0;endArrow=none;endFill=0;" target="b_x4sNb3qKZ5kGKKdVE0-44">
          <mxGeometry relative="1" as="geometry" />
        </mxCell>
        <mxCell id="y3t_Pn4YeOU9g6BC5Q36-30" connectable="0" parent="y3t_Pn4YeOU9g6BC5Q36-29" style="edgeLabel;html=1;align=center;verticalAlign=middle;resizable=0;points=[];" value="(0,N)" vertex="1">
          <mxGeometry relative="1" x="-0.0358" as="geometry">
            <mxPoint as="offset" />
          </mxGeometry>
        </mxCell>
        <mxCell id="YPSTUEnGd_TaNEYFvyAr-74" parent="1" style="rhombus;whiteSpace=wrap;html=1;" value="parte da" vertex="1">
          <mxGeometry height="40" width="80" x="410" y="190" as="geometry" />
        </mxCell>
        <mxCell id="YPSTUEnGd_TaNEYFvyAr-79" parent="1" style="rhombus;whiteSpace=wrap;html=1;" value="arriva a" vertex="1">
          <mxGeometry height="40" width="80" x="604" y="280" as="geometry" />
        </mxCell>
        <mxCell id="TmGIuRS5Ewl7evkuvUc3-2" parent="1" style="text;html=1;whiteSpace=wrap;strokeColor=none;fillColor=none;align=center;verticalAlign=middle;rounded=0;" value="&lt;font style=&quot;font-size: 9px;&quot;&gt;scadenza iscrizione&lt;/font&gt;" vertex="1">
          <mxGeometry height="30" width="60" x="160" y="308" as="geometry" />
        </mxCell>
        <mxCell id="y3t_Pn4YeOU9g6BC5Q36-3" edge="1" parent="1" source="y3t_Pn4YeOU9g6BC5Q36-1" style="edgeStyle=orthogonalEdgeStyle;rounded=0;orthogonalLoop=1;jettySize=auto;html=1;exitX=0.5;exitY=0;exitDx=0;exitDy=0;entryX=0.25;entryY=1;entryDx=0;entryDy=0;endArrow=none;endFill=0;" target="b_x4sNb3qKZ5kGKKdVE0-4">
          <mxGeometry relative="1" as="geometry" />
        </mxCell>
        <mxCell id="y3t_Pn4YeOU9g6BC5Q36-6" connectable="0" parent="y3t_Pn4YeOU9g6BC5Q36-3" style="edgeLabel;html=1;align=center;verticalAlign=middle;resizable=0;points=[];" value="(0,1)" vertex="1">
          <mxGeometry relative="1" x="-0.003" y="-2" as="geometry">
            <mxPoint y="-2" as="offset" />
          </mxGeometry>
        </mxCell>
        <mxCell id="y3t_Pn4YeOU9g6BC5Q36-1" parent="1" style="rhombus;whiteSpace=wrap;html=1;" value="&lt;font&gt;ISA-G-P&lt;/font&gt;" vertex="1">
          <mxGeometry height="40" width="80" x="70" y="210" as="geometry" />
        </mxCell>
        <mxCell id="y3t_Pn4YeOU9g6BC5Q36-4" edge="1" parent="1" source="y3t_Pn4YeOU9g6BC5Q36-2" style="edgeStyle=orthogonalEdgeStyle;rounded=0;orthogonalLoop=1;jettySize=auto;html=1;exitX=0.5;exitY=0;exitDx=0;exitDy=0;entryX=0.75;entryY=1;entryDx=0;entryDy=0;endArrow=none;endFill=0;" target="b_x4sNb3qKZ5kGKKdVE0-4">
          <mxGeometry relative="1" as="geometry" />
        </mxCell>
        <mxCell id="y3t_Pn4YeOU9g6BC5Q36-5" connectable="0" parent="y3t_Pn4YeOU9g6BC5Q36-4" style="edgeLabel;html=1;align=center;verticalAlign=middle;resizable=0;points=[];" value="(0,1)" vertex="1">
          <mxGeometry relative="1" x="-0.0112" y="-2" as="geometry">
            <mxPoint y="2" as="offset" />
          </mxGeometry>
        </mxCell>
        <mxCell id="y3t_Pn4YeOU9g6BC5Q36-2" parent="1" style="rhombus;whiteSpace=wrap;html=1;" value="ISA-E-P" vertex="1">
          <mxGeometry height="40" width="80" x="190" y="210" as="geometry" />
        </mxCell>
        <mxCell id="y3t_Pn4YeOU9g6BC5Q36-9" edge="1" parent="1" style="endArrow=oval;html=1;rounded=0;endFill=1;" value="">
          <mxGeometry height="50" relative="1" width="50" as="geometry">
            <mxPoint x="210" y="350" as="sourcePoint" />
            <mxPoint x="264" y="350" as="targetPoint" />
          </mxGeometry>
        </mxCell>
        <mxCell id="y3t_Pn4YeOU9g6BC5Q36-10" edge="1" parent="1" style="endArrow=oval;html=1;rounded=0;endFill=1;" value="">
          <mxGeometry height="50" relative="1" width="50" as="geometry">
            <mxPoint x="90" y="350" as="sourcePoint" />
            <mxPoint x="144" y="350" as="targetPoint" />
          </mxGeometry>
        </mxCell>
        <mxCell id="y3t_Pn4YeOU9g6BC5Q36-19" edge="1" parent="1" source="y3t_Pn4YeOU9g6BC5Q36-13" style="edgeStyle=orthogonalEdgeStyle;rounded=0;orthogonalLoop=1;jettySize=auto;html=1;exitX=0.5;exitY=0;exitDx=0;exitDy=0;entryX=0.139;entryY=1.017;entryDx=0;entryDy=0;endArrow=none;endFill=0;entryPerimeter=0;" target="b_x4sNb3qKZ5kGKKdVE0-44">
          <mxGeometry relative="1" as="geometry">
            <Array as="points">
              <mxPoint x="720" y="303" />
              <mxPoint x="720" y="280" />
              <mxPoint x="811" y="280" />
            </Array>
          </mxGeometry>
        </mxCell>
        <mxCell id="y3t_Pn4YeOU9g6BC5Q36-22" connectable="0" parent="y3t_Pn4YeOU9g6BC5Q36-19" style="edgeLabel;html=1;align=center;verticalAlign=middle;resizable=0;points=[];" value="(0,1)" vertex="1">
          <mxGeometry relative="1" x="-0.1618" y="2" as="geometry">
            <mxPoint x="9" y="1" as="offset" />
          </mxGeometry>
        </mxCell>
        <mxCell id="y3t_Pn4YeOU9g6BC5Q36-13" parent="1" style="rhombus;whiteSpace=wrap;html=1;" value="ISA-R-T" vertex="1">
          <mxGeometry height="40" width="80" x="680" y="303" as="geometry" />
        </mxCell>
        <mxCell id="y3t_Pn4YeOU9g6BC5Q36-14" parent="1" style="rhombus;whiteSpace=wrap;html=1;" value="ISA-C-T" vertex="1">
          <mxGeometry height="40" width="80" x="920" y="320" as="geometry" />
        </mxCell>
        <mxCell id="y3t_Pn4YeOU9g6BC5Q36-18" edge="1" parent="1" source="y3t_Pn4YeOU9g6BC5Q36-14" style="edgeStyle=orthogonalEdgeStyle;rounded=0;orthogonalLoop=1;jettySize=auto;html=1;exitX=0.5;exitY=0;exitDx=0;exitDy=0;entryX=0.882;entryY=1.046;entryDx=0;entryDy=0;entryPerimeter=0;endArrow=none;endFill=0;" target="b_x4sNb3qKZ5kGKKdVE0-44">
          <mxGeometry relative="1" as="geometry" />
        </mxCell>
        <mxCell id="y3t_Pn4YeOU9g6BC5Q36-21" connectable="0" parent="y3t_Pn4YeOU9g6BC5Q36-18" style="edgeLabel;html=1;align=center;verticalAlign=middle;resizable=0;points=[];" value="(0,1)" vertex="1">
          <mxGeometry relative="1" x="0.0148" y="2" as="geometry">
            <mxPoint x="-4" y="-3" as="offset" />
          </mxGeometry>
        </mxCell>
        <mxCell id="y3t_Pn4YeOU9g6BC5Q36-23" edge="1" parent="1" style="endArrow=oval;html=1;rounded=0;endFill=1;" value="">
          <mxGeometry height="50" relative="1" width="50" as="geometry">
            <mxPoint x="695" y="430" as="sourcePoint" />
            <mxPoint x="745" y="430" as="targetPoint" />
          </mxGeometry>
        </mxCell>
        <mxCell id="y3t_Pn4YeOU9g6BC5Q36-25" edge="1" parent="1" style="endArrow=oval;html=1;rounded=0;endFill=1;" value="">
          <mxGeometry height="50" relative="1" width="50" as="geometry">
            <mxPoint x="935" y="430" as="sourcePoint" />
            <mxPoint x="985" y="430" as="targetPoint" />
          </mxGeometry>
        </mxCell>
        <mxCell id="W-jylE7jIWLAd8RtEP09-4" edge="1" parent="1" source="W-jylE7jIWLAd8RtEP09-3" style="edgeStyle=orthogonalEdgeStyle;rounded=0;orthogonalLoop=1;jettySize=auto;html=1;exitX=0;exitY=0.5;exitDx=0;exitDy=0;entryX=1;entryY=0.5;entryDx=0;entryDy=0;endArrow=none;endFill=0;" target="b_x4sNb3qKZ5kGKKdVE0-4">
          <mxGeometry relative="1" as="geometry" />
        </mxCell>
        <mxCell id="W-jylE7jIWLAd8RtEP09-6" connectable="0" parent="W-jylE7jIWLAd8RtEP09-4" style="edgeLabel;html=1;align=center;verticalAlign=middle;resizable=0;points=[];" value="(1,1)" vertex="1">
          <mxGeometry relative="1" x="0.0212" y="1" as="geometry">
            <mxPoint y="-2" as="offset" />
          </mxGeometry>
        </mxCell>
        <mxCell id="W-jylE7jIWLAd8RtEP09-3" parent="1" style="rhombus;whiteSpace=wrap;html=1;" value="gestione" vertex="1">
          <mxGeometry height="40" width="80" x="570" y="90" as="geometry" />
        </mxCell>
        <mxCell id="W-jylE7jIWLAd8RtEP09-10" parent="1" style="text;html=1;whiteSpace=wrap;strokeColor=none;fillColor=none;align=center;verticalAlign=middle;rounded=0;" value="&lt;font style=&quot;font-size: 9px;&quot;&gt;posti disponibili&lt;/font&gt;" vertex="1">
          <mxGeometry height="30" width="60" x="50" y="590" as="geometry" />
        </mxCell>
        <mxCell id="W-jylE7jIWLAd8RtEP09-11" edge="1" parent="1" style="endArrow=none;html=1;rounded=0;entryX=0.693;entryY=0.981;entryDx=0;entryDy=0;entryPerimeter=0;endFill=0;startArrow=oval;startFill=0;" target="b_x4sNb3qKZ5kGKKdVE0-35" value="">
          <mxGeometry height="50" relative="1" width="50" as="geometry">
            <Array as="points">
              <mxPoint x="565" y="670" />
            </Array>
            <mxPoint x="600" y="670" as="sourcePoint" />
            <mxPoint x="620" y="510" as="targetPoint" />
          </mxGeometry>
        </mxCell>
        <mxCell id="W-jylE7jIWLAd8RtEP09-12" parent="1" style="text;html=1;whiteSpace=wrap;strokeColor=none;fillColor=none;align=center;verticalAlign=middle;rounded=0;" value="&lt;font style=&quot;font-size: 9px;&quot;&gt;tempo precorrenza min&lt;/font&gt;" vertex="1">
          <mxGeometry height="30" width="110" x="596" y="653" as="geometry" />
        </mxCell>
        <mxCell id="W-jylE7jIWLAd8RtEP09-15" parent="1" style="text;html=1;whiteSpace=wrap;strokeColor=none;fillColor=none;align=center;verticalAlign=middle;rounded=0;" value="&lt;font style=&quot;font-size: 9px;&quot;&gt;provincia&lt;/font&gt;" vertex="1">
          <mxGeometry height="30" width="60" x="905" y="192" as="geometry" />
        </mxCell>
        <mxCell id="W-jylE7jIWLAd8RtEP09-16" parent="1" style="text;html=1;whiteSpace=wrap;strokeColor=none;fillColor=none;align=center;verticalAlign=middle;rounded=0;" value="&lt;font style=&quot;font-size: 9px;&quot;&gt;copertura rete mobile&lt;/font&gt;" vertex="1">
          <mxGeometry height="30" width="100" x="908" y="213" as="geometry" />
        </mxCell>
        <mxCell id="W-jylE7jIWLAd8RtEP09-18" parent="1" style="text;html=1;whiteSpace=wrap;strokeColor=none;fillColor=none;align=center;verticalAlign=middle;rounded=0;" value="&lt;span style=&quot;font-size: 9px;&quot;&gt;proprietà&lt;/span&gt;" vertex="1">
          <mxGeometry height="30" width="60" x="714" y="494" as="geometry" />
        </mxCell>
+         <mxCell id="EHyRH5R8uSn08PQfZAEy-2" parent="1" style="text;html=1;whiteSpace=wrap;strokeColor=none;fillColor=none;align=center;verticalAlign=middle;rounded=0;" value="&lt;font style=&quot;font-size: 9px;&quot;&gt;area_km&lt;sup style=&quot;&quot;&gt;2&lt;/sup&gt;&lt;/font&gt;" vertex="1">
+           <mxGeometry height="30" width="60" x="562" y="822" as="geometry" />
+         </mxCell>
      </root>
    </mxGraphModel>
  </diagram>
</mxfile>
